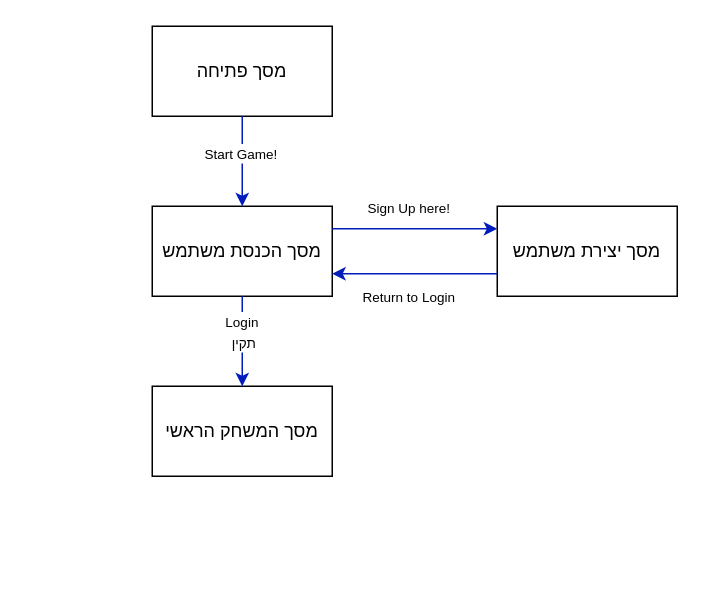
Above: flowcharts/מסכים ראשיים.drawio in NethanWin/ChessMaster (draw.io), before the change. Source tidied: cells renumbered, new cells numbered last; positions are measured from the earlier drawing's top-left corner, leaving out a move shared by most shapes. Both pictures are drawn from the tidied source at 150%, with x=0, y=0 at pixel (152, 26).
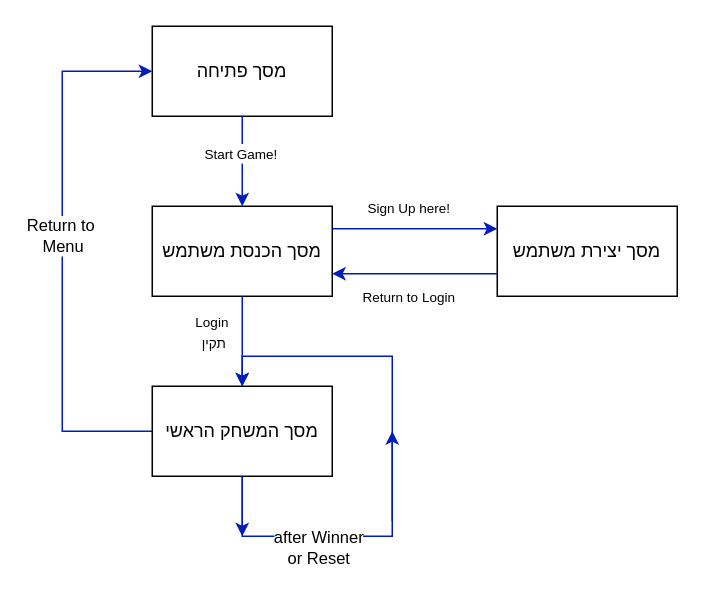
After the change.

Unchanged cells that the change refers to:
```xml
<mxCell id="2" value="מסך פתיחה" style="rounded=0;whiteSpace=wrap;html=1;" parent="1" vertex="1">
  <mxGeometry width="120" height="60" as="geometry" />
</mxCell>
<mxCell id="5" value="מסך המשחק הראשי" style="rounded=0;whiteSpace=wrap;html=1;" parent="1" vertex="1">
  <mxGeometry y="240" width="120" height="60" as="geometry" />
</mxCell>
<mxCell id="12" style="endArrow=classic;html=1;rounded=0;entryX=0.5;entryY=0;entryDx=0;entryDy=0;exitX=0.5;exitY=1;exitDx=0;exitDy=0;fillColor=#0050ef;strokeColor=#001DBC;" parent="1" edge="1" source="3" target="5">
  <mxGeometry relative="1" as="geometry" />
</mxCell>
```

The edit, as a diff of the source:
```diff
@@
+    <mxCell id="14" style="edgeStyle=orthogonalEdgeStyle;rounded=0;jettySize=auto;html=1;entryX=0;entryY=0.5;entryDx=0;entryDy=0;fillColor=#0050ef;strokeColor=#001DBC;" parent="1" edge="1" source="5" target="2">
+      <mxGeometry relative="1" as="geometry">
+        <Array as="points">
+          <mxPoint x="-60" y="270" />
+          <mxPoint x="-60" y="30" />
+        </Array>
+      </mxGeometry>
+    </mxCell>
+    <mxCell id="15" value="Return to&lt;br&gt;&amp;nbsp;Menu" style="edgeLabel;html=1;align=center;verticalAlign=middle;" parent="14" vertex="1">
+      <mxGeometry x="0.17" y="2" relative="1" as="geometry">
+        <mxPoint y="20" as="offset" />
+      </mxGeometry>
+    </mxCell>
+    <mxCell id="16" style="edgeStyle=orthogonalEdgeStyle;rounded=0;jettySize=auto;html=1;fillColor=#0050ef;strokeColor=#001DBC;" parent="1" edge="1" source="5">
+      <mxGeometry relative="1" as="geometry">
+        <mxPoint x="60" y="240" as="targetPoint" />
+        <Array as="points">
+          <mxPoint x="60" y="340" />
+          <mxPoint x="160" y="340" />
+          <mxPoint x="160" y="220" />
+          <mxPoint x="60" y="220" />
+        </Array>
+      </mxGeometry>
+    </mxCell>
+    <mxCell id="17" value="after Winner&lt;br&gt;or Reset" style="edgeLabel;html=1;align=center;verticalAlign=middle;" parent="16" vertex="1">
+      <mxGeometry x="0.14" y="-1" relative="1" as="geometry">
+        <mxPoint x="-51" y="84" as="offset" />
+      </mxGeometry>
+    </mxCell>
@@
     <mxCell id="13" value="&lt;font style=&quot;font-size: 9px;&quot;&gt;Login&amp;nbsp;&lt;br&gt;תקין&lt;/font&gt;" style="edgeLabel;html=1;align=center;verticalAlign=middle;" parent="12" vertex="1">
       <mxGeometry x="-0.33" y="-1" relative="1" as="geometry">
-        <mxPoint x="1" y="3" as="offset" />
+        <mxPoint x="-19" y="3" as="offset" />
       </mxGeometry>
     </mxCell>
+    <mxCell id="18" style="endArrow=classic;html=1;rounded=0;exitX=0.5;exitY=1;exitDx=0;exitDy=0;fillColor=#0050ef;strokeColor=#001DBC;" parent="1" edge="1" source="5">
+      <mxGeometry relative="1" as="geometry">
+        <mxPoint x="60" y="340" as="targetPoint" />
+      </mxGeometry>
+    </mxCell>
+    <mxCell id="19" style="endArrow=classic;html=1;rounded=0;fillColor=#0050ef;strokeColor=#001DBC;" parent="1" edge="1">
+      <mxGeometry relative="1" as="geometry">
+        <mxPoint x="160" y="330" as="sourcePoint" />
+        <mxPoint x="160" y="270" as="targetPoint" />
+      </mxGeometry>
+    </mxCell>
```
